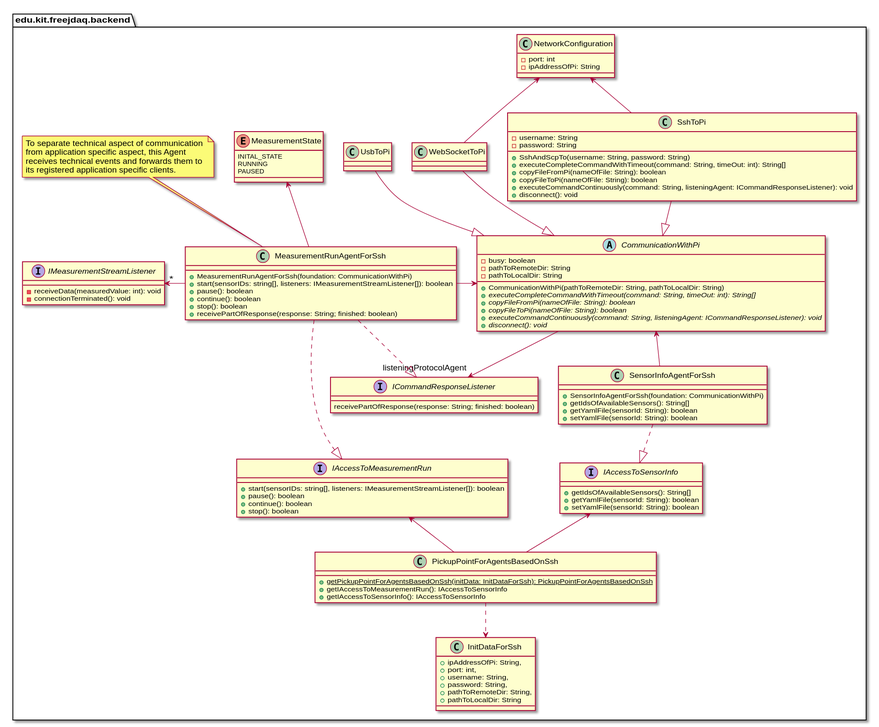
The PlantUML diagram 2-Entwurf/2-Entwicklung/src/edu/kit/freejdaq/phyPiDAQBackend/BackendUMLClassDiagram.svg in osl2/DAQ-Documents, before a commit. Its diagram source:
```plantuml
@startuml
package edu.kit.freejdaq.backend {
	SshToPi --|> CommunicationWithPi
	WebSocketToPi  --|> CommunicationWithPi
	UsbToPi --|> CommunicationWithPi
	SshToPi -up-> NetworkConfiguration
	WebSocketToPi -up-> NetworkConfiguration

	class NetworkConfiguration {
	   -port: int
	   -ipAddressOfPi: String
	}

	abstract class CommunicationWithPi {
		-busy: boolean
		-pathToRemoteDir: String
		-pathToLocalDir: String
		+CommunicationWithPi(pathToRemoteDir: String, pathToLocalDir: String)
	    +{abstract}executeCompleteCommandWithTimeout(command: String, timeOut: int): String[]
	    +{abstract}copyFileFromPi(nameOfFile: String): boolean
	    +{abstract}copyFileToPi(nameOfFile: String): boolean
	    +{abstract}executeCommandContinuously(command: String, listeningAgent: ICommandResponseListener): void
	    +{abstract}disconnect(): void
	}
	CommunicationWithPi --> "listeningProtocolAgent" ICommandResponseListener

	interface ICommandResponseListener {
		receivePartOfResponse(response: String; finished: boolean)
	}

	 MeasurementRunAgentForSsh .up.|> ICommandResponseListener

	note top of MeasurementRunAgentForSsh
		To separate technical aspect of communication
		from application specific aspect, this Agent
		receives technical events and forwards them to
		its registered application specific clients.
	end note

	class SshToPi {
		-username: String
		-password: String
		+SshAndScpTo(username: String, password: String)
		+executeCompleteCommandWithTimeout(command: String, timeOut: int): String[]
	    +copyFileFromPi(nameOfFile: String): boolean
	    +copyFileToPi(nameOfFile: String): boolean
	    +executeCommandContinuously(command: String, listeningAgent: ICommandResponseListener): void
	    +disconnect(): void
	}

	interface IMeasurementStreamListener {
		-receiveData(measuredValue: int): void
		-connectionTerminated(): void
	}

	MeasurementRunAgentForSsh -right-> CommunicationWithPi
	SensorInfoAgentForSsh -up-> CommunicationWithPi
	MeasurementRunAgentForSsh -left-> "*" IMeasurementStreamListener

	interface IAccessToSensorInfo {
		+getIdsOfAvailableSensors(): String[]
		+getYamlFile(sensorId: String): boolean
		+setYamlFile(sensorId: String): boolean
	}

	SensorInfoAgentForSsh ..|> IAccessToSensorInfo


	interface IAccessToMeasurementRun{
		+start(sensorIDs: string[], listeners: IMeasurementStreamListener[]): boolean
		+pause(): boolean
		+continue(): boolean
		+stop(): boolean
	}

	enum MeasurementState {
	  INITAL_STATE
	  RUNNING
	  PAUSED
	}

	MeasurementRunAgentForSsh .down.|> IAccessToMeasurementRun
	MeasurementRunAgentForSsh -up-> MeasurementState

	together {

		class MeasurementRunAgentForSsh {
			+MeasurementRunAgentForSsh(foundation: CommunicationWithPi)
			+start(sensorIDs: string[], listeners: IMeasurementStreamListener[]): boolean
			+pause(): boolean
			+continue(): boolean
			+stop(): boolean
			+receivePartOfResponse(response: String; finished: boolean)
		}

		class SensorInfoAgentForSsh {
			+SensorInfoAgentForSsh(foundation: CommunicationWithPi)
			+getIdsOfAvailableSensors(): String[]
			+getYamlFile(sensorId: String): boolean
			+setYamlFile(sensorId: String): boolean
		}
	}

	PickupPointForAgentsBasedOnSsh -up-> IAccessToSensorInfo
	PickupPointForAgentsBasedOnSsh -up-> IAccessToMeasurementRun
	class PickupPointForAgentsBasedOnSsh {
		+{static}getPickupPointForAgentsBasedOnSsh(initData: InitDataForSsh): PickupPointForAgentsBasedOnSsh
		+getIAccessToMeasurementRun(): IAccessToSensorInfo
		+getIAccessToSensorInfo(): IAccessToSensorInfo
	}

	PickupPointForAgentsBasedOnSsh ..> InitDataForSsh

	class InitDataForSsh {
	 	+ ipAddressOfPi: String,
	 	+ port: int,
	 	+ username: String,
	 	+ password: String,
	 	+ pathToRemoteDir: String,
	 	+ pathToLocalDir: String
	}
}
@enduml
```
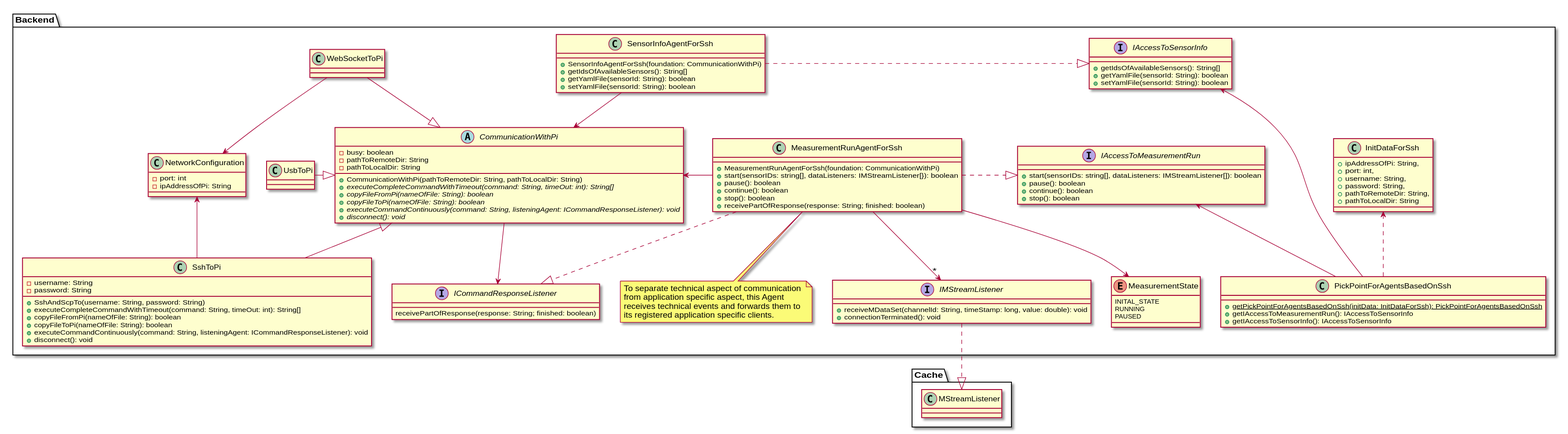
The same file after the commit.

Commit message:
Cache weiterentwickelt. Ausserdem: Anordnung im Backend ist jetzt nicht mehr vertikal, sondern horizontal.

Change to the diagram source:
```diff
@@ -1,10 +1,33 @@
 @startuml
-package edu.kit.freejdaq.backend {
-	SshToPi --|> CommunicationWithPi
-	WebSocketToPi  --|> CommunicationWithPi
-	UsbToPi --|> CommunicationWithPi
+namespace Backend {
+
+	PickPointForAgentsBasedOnSsh -up-> IAccessToSensorInfo
+	PickPointForAgentsBasedOnSsh -up-> IAccessToMeasurementRun
+	PickPointForAgentsBasedOnSsh .up.> InitDataForSsh
+
+	MeasurementRunAgentForSsh --> "*" IMStreamListener
+
+	SensorInfoAgentForSsh .right.|> IAccessToSensorInfo
+	MeasurementRunAgentForSsh .right.|> IAccessToMeasurementRun
+
+	SshToPi -up-|> CommunicationWithPi
+	WebSocketToPi  -right-|> CommunicationWithPi
+	UsbToPi -right-|> CommunicationWithPi
+
 	SshToPi -up-> NetworkConfiguration
-	WebSocketToPi -up-> NetworkConfiguration
+	WebSocketToPi -down-> NetworkConfiguration
+
+	CommunicationWithPi --> ICommandResponseListener
+	MeasurementRunAgentForSsh ..|> ICommandResponseListener
+
+	MeasurementRunAgentForSsh -left-> CommunicationWithPi
+	SensorInfoAgentForSsh -down-> CommunicationWithPi
+
+	MeasurementRunAgentForSsh --> MeasurementState
+
+
+	IMStreamListener  ..|> Cache.MStreamListener
+
 
 	class NetworkConfiguration {
 	   -port: int
@@ -22,20 +45,15 @@
 	    +{abstract}executeCommandContinuously(command: String, listeningAgent: ICommandResponseListener): void
 	    +{abstract}disconnect(): void
 	}
-	CommunicationWithPi --> "listeningProtocolAgent" ICommandResponseListener
+
 
 	interface ICommandResponseListener {
 		receivePartOfResponse(response: String; finished: boolean)
 	}
 
-	 MeasurementRunAgentForSsh .up.|> ICommandResponseListener
 
-	note top of MeasurementRunAgentForSsh
-		To separate technical aspect of communication
-		from application specific aspect, this Agent
-		receives technical events and forwards them to
-		its registered application specific clients.
-	end note
+
+
 
 	class SshToPi {
 		-username: String
@@ -48,14 +66,13 @@
 	    +disconnect(): void
 	}
 
-	interface IMeasurementStreamListener {
-		-receiveData(measuredValue: int): void
-		-connectionTerminated(): void
+
+	interface IMStreamListener {
+		+ receiveMDataSet(channelId: String, timeStamp: long, value: double): void
+		+ connectionTerminated(): void
 	}
 
-	MeasurementRunAgentForSsh -right-> CommunicationWithPi
-	SensorInfoAgentForSsh -up-> CommunicationWithPi
-	MeasurementRunAgentForSsh -left-> "*" IMeasurementStreamListener
+
 
 	interface IAccessToSensorInfo {
 		+getIdsOfAvailableSensors(): String[]
@@ -63,11 +80,10 @@
 		+setYamlFile(sensorId: String): boolean
 	}
 
-	SensorInfoAgentForSsh ..|> IAccessToSensorInfo
 
 
 	interface IAccessToMeasurementRun{
-		+start(sensorIDs: string[], listeners: IMeasurementStreamListener[]): boolean
+		+start(sensorIDs: string[], dataListeners: IMStreamListener[]): boolean
 		+pause(): boolean
 		+continue(): boolean
 		+stop(): boolean
@@ -79,14 +95,10 @@
 	  PAUSED
 	}
 
-	MeasurementRunAgentForSsh .down.|> IAccessToMeasurementRun
-	MeasurementRunAgentForSsh -up-> MeasurementState
-
-	together {
 
 		class MeasurementRunAgentForSsh {
 			+MeasurementRunAgentForSsh(foundation: CommunicationWithPi)
-			+start(sensorIDs: string[], listeners: IMeasurementStreamListener[]): boolean
+			+start(sensorIDs: string[], dataListeners: IMStreamListener[}): boolean
 			+pause(): boolean
 			+continue(): boolean
 			+stop(): boolean
@@ -99,17 +111,15 @@
 			+getYamlFile(sensorId: String): boolean
 			+setYamlFile(sensorId: String): boolean
 		}
-	}
 
-	PickupPointForAgentsBasedOnSsh -up-> IAccessToSensorInfo
-	PickupPointForAgentsBasedOnSsh -up-> IAccessToMeasurementRun
-	class PickupPointForAgentsBasedOnSsh {
-		+{static}getPickupPointForAgentsBasedOnSsh(initData: InitDataForSsh): PickupPointForAgentsBasedOnSsh
+
+
+	class PickPointForAgentsBasedOnSsh {
+		+{static}getPickPointForAgentsBasedOnSsh(initData: InitDataForSsh): PickPointForAgentsBasedOnSsh
 		+getIAccessToMeasurementRun(): IAccessToSensorInfo
 		+getIAccessToSensorInfo(): IAccessToSensorInfo
 	}
 
-	PickupPointForAgentsBasedOnSsh ..> InitDataForSsh
 
 	class InitDataForSsh {
 	 	+ ipAddressOfPi: String,
@@ -119,5 +129,13 @@
 	 	+ pathToRemoteDir: String,
 	 	+ pathToLocalDir: String
 	}
+
+	note bottom of MeasurementRunAgentForSsh
+		To separate technical aspect of communication
+		from application specific aspect, this Agent
+		receives technical events and forwards them to
+		its registered application specific clients.
+	end note
+
 }
 @enduml
```
